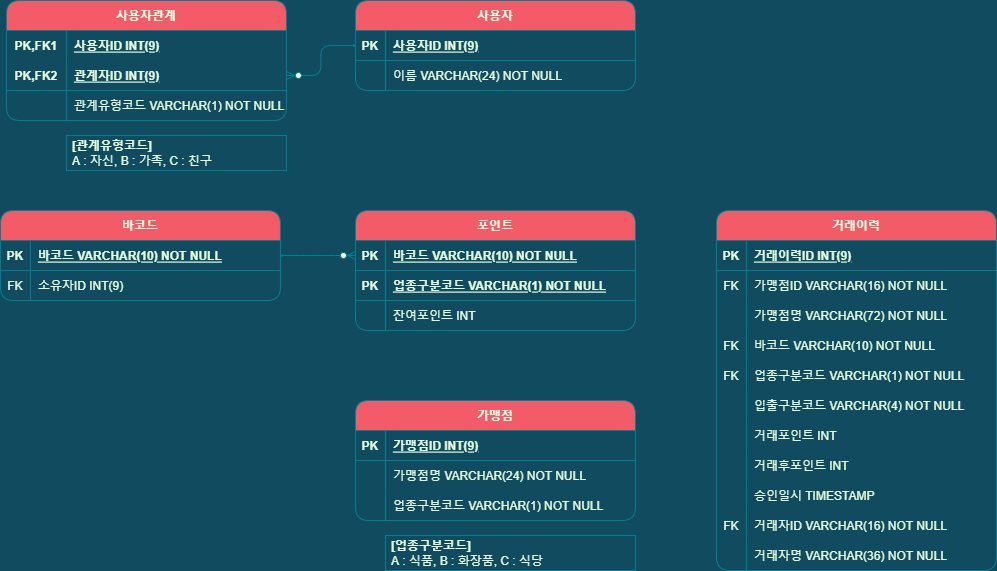
Above: document/kakaopay-membership.png in TyronneJeong/KakaoPay-Subject (draw.io), before the change. Source tidied: cells renumbered, new cells last; positions are measured from the earlier drawing's top-left corner, leaving out a move shared by most shapes.
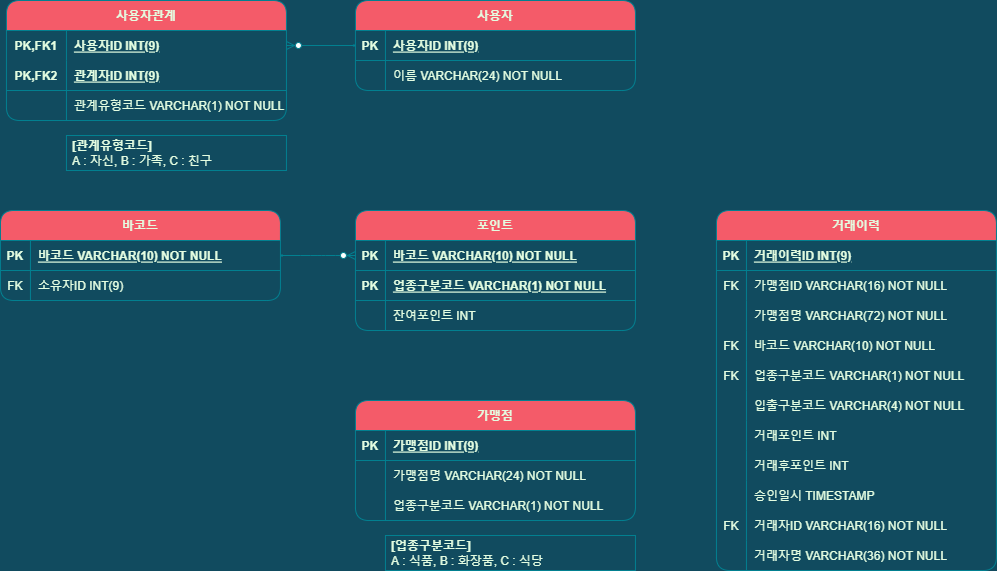
After the change.

The edit, as a diff of the source:
```diff
@@ -236,7 +236,7 @@
     <mxCell id="79" value="거래자명 VARCHAR(36) NOT NULL" style="shape=partialRectangle;fillColor=none;top=0;left=0;bottom=0;right=0;align=left;spacingLeft=6;overflow=hidden;rounded=1;strokeColor=#028090;fontColor=#E4FDE1;" parent="77" vertex="1">
       <mxGeometry x="30" width="250" height="30" as="geometry" />
     </mxCell>
-    <mxCell id="80" style="edgeStyle=orthogonalEdgeStyle;fontSize=12;html=1;endArrow=ERzeroToMany;startArrow=ERmandOne;fontFamily=Helvetica;startSize=0;exitX=0;exitY=0.5;exitDx=0;exitDy=0;rounded=1;labelBackgroundColor=#114B5F;strokeColor=#028090;fontColor=#E4FDE1;" parent="1" edge="1" source="10" target="20">
+    <mxCell id="80" style="edgeStyle=orthogonalEdgeStyle;fontSize=12;html=1;endArrow=ERzeroToMany;startArrow=ERmandOne;fontFamily=Helvetica;startSize=0;exitX=0;exitY=0.5;exitDx=0;exitDy=0;rounded=1;labelBackgroundColor=#114B5F;strokeColor=#028090;fontColor=#E4FDE1;entryX=1;entryY=0.5;entryDx=0;entryDy=0;" parent="1" edge="1" source="10" target="17">
       <mxGeometry relative="1" as="geometry" />
     </mxCell>
     <mxCell id="81" style="edgeStyle=entityRelationEdgeStyle;fontSize=12;html=1;endArrow=ERzeroToMany;startArrow=ERmandOne;fontFamily=Helvetica;startSize=0;entryX=0;entryY=0.5;entryDx=0;entryDy=0;rounded=1;labelBackgroundColor=#114B5F;strokeColor=#028090;fontColor=#E4FDE1;" parent="1" edge="1" source="3" target="37">
```
